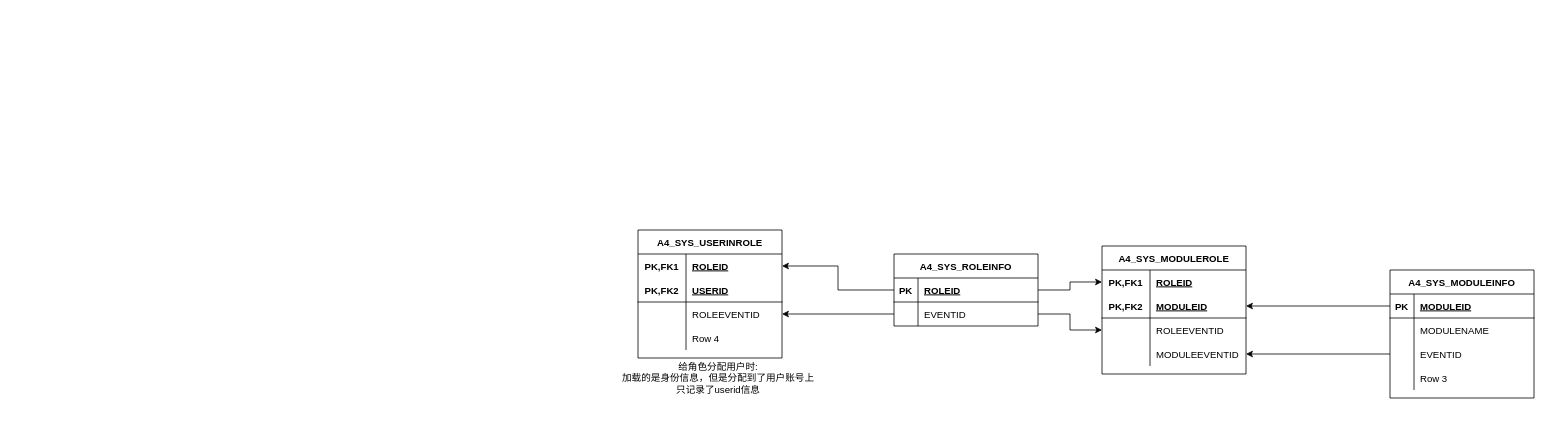
dsdTxx/DataStructAndAlgorithm keeps this draw.io diagram as Untitled Diagram.drawio. Above is the earlier version. Source tidied: cells renumbered, new cells numbered last; positions are measured from the earlier drawing's top-left corner, leaving out a move shared by most shapes. Both pictures are drawn from the tidied source at 80%, with x=0, y=0 at pixel (614, 230).
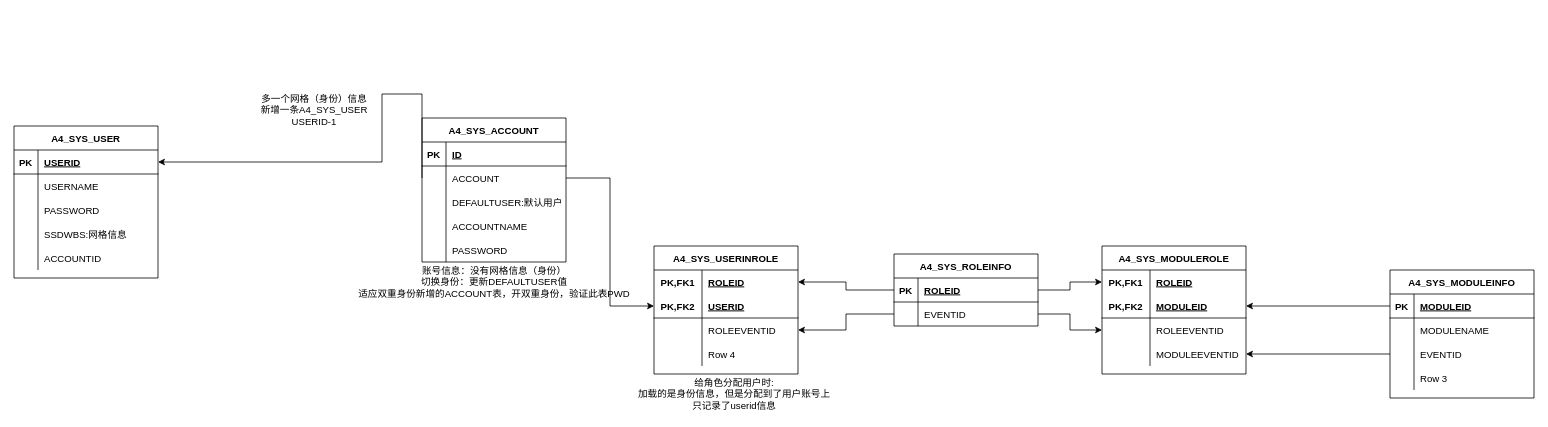
The same diagram, later.

Unchanged cells that the change refers to:
```xml
<mxCell id="3" style="shape=partialRectangle;fillColor=none;top=0;left=0;bottom=1;right=0;points=[[0,0.5],[1,0.5]];portConstraint=eastwest;" parent="2" vertex="1">
  <mxGeometry y="30" width="180" height="30" as="geometry" />
</mxCell>
<mxCell id="6" style="shape=partialRectangle;fillColor=none;top=0;left=0;bottom=0;right=0;points=[[0,0.5],[1,0.5]];portConstraint=eastwest;" parent="2" vertex="1">
  <mxGeometry y="60" width="180" height="30" as="geometry" />
</mxCell>
<mxCell id="10" style="shape=partialRectangle;fillColor=none;top=0;left=0;bottom=0;right=0;points=[[0,0.5],[1,0.5]];portConstraint=eastwest;" parent="9" vertex="1">
  <mxGeometry y="30" width="180" height="30" as="geometry" />
</mxCell>
<mxCell id="39" style="shape=partialRectangle;fillColor=none;top=0;left=0;bottom=0;right=0;points=[[0,0.5],[1,0.5]];portConstraint=eastwest;" parent="38" vertex="1">
  <mxGeometry y="30" width="180" height="30" as="geometry" />
</mxCell>
<mxCell id="42" style="shape=partialRectangle;fillColor=none;top=0;left=0;bottom=1;right=0;points=[[0,0.5],[1,0.5]];portConstraint=eastwest;" parent="38" vertex="1">
  <mxGeometry y="60" width="180" height="30" as="geometry" />
</mxCell>
<mxCell id="45" style="shape=partialRectangle;fillColor=none;top=0;left=0;bottom=0;right=0;points=[[0,0.5],[1,0.5]];portConstraint=eastwest;" parent="38" vertex="1">
  <mxGeometry y="90" width="180" height="30" as="geometry" />
</mxCell>
```

What changed in the source:
```diff
@@
+    <mxCell id="51" style="edgeStyle=orthogonalEdgeStyle;rounded=0;jettySize=auto;html=1;exitX=1;exitY=0.5;exitDx=0;exitDy=0;entryX=0;entryY=0.5;entryDx=0;entryDy=0;" parent="1" edge="1" source="3" target="10">
+      <mxGeometry relative="1" as="geometry" />
+    </mxCell>
+    <mxCell id="52" style="edgeStyle=orthogonalEdgeStyle;rounded=0;jettySize=auto;html=1;exitX=0;exitY=0.5;exitDx=0;exitDy=0;entryX=1;entryY=0.5;entryDx=0;entryDy=0;" parent="1" edge="1" source="3" target="39">
+      <mxGeometry relative="1" as="geometry" />
+    </mxCell>
+    <mxCell id="53" style="edgeStyle=orthogonalEdgeStyle;rounded=0;jettySize=auto;html=1;exitX=0;exitY=0.5;exitDx=0;exitDy=0;" parent="1" edge="1" source="6" target="45">
+      <mxGeometry relative="1" as="geometry" />
+    </mxCell>
+    <mxCell id="55" style="edgeStyle=orthogonalEdgeStyle;rounded=0;jettySize=auto;html=1;exitX=1;exitY=0.5;exitDx=0;exitDy=0;" parent="1" edge="1" source="78" target="42">
+      <mxGeometry relative="1" as="geometry" />
+    </mxCell>
+    <mxCell id="56" value="A4_SYS_USER" style="shape=table;startSize=30;childLayout=tableLayout;rowLines=0;fontStyle=1;align=center;" parent="1" vertex="1">
+      <mxGeometry x="-750" y="-130" width="180" height="190" as="geometry" />
+    </mxCell>
+    <mxCell id="57" style="shape=partialRectangle;fillColor=none;top=0;left=0;bottom=1;right=0;points=[[0,0.5],[1,0.5]];portConstraint=eastwest;" parent="56" vertex="1">
+      <mxGeometry y="30" width="180" height="30" as="geometry" />
+    </mxCell>
+    <mxCell id="58" value="PK" style="shape=partialRectangle;fillColor=none;top=0;left=0;bottom=0;right=0;fontStyle=1;overflow=hidden;" parent="57" vertex="1">
+      <mxGeometry width="30" height="30" as="geometry" />
+    </mxCell>
+    <mxCell id="59" value="USERID" style="shape=partialRectangle;fillColor=none;top=0;left=0;bottom=0;right=0;align=left;spacingLeft=6;fontStyle=5;overflow=hidden;" parent="57" vertex="1">
+      <mxGeometry x="30" width="150" height="30" as="geometry" />
+    </mxCell>
+    <mxCell id="60" style="shape=partialRectangle;fillColor=none;top=0;left=0;bottom=0;right=0;" parent="56" vertex="1">
+      <mxGeometry y="60" width="180" height="30" as="geometry" />
+    </mxCell>
+    <mxCell id="61" style="shape=partialRectangle;fillColor=none;top=0;left=0;bottom=0;right=0;overflow=hidden;" parent="60" vertex="1">
+      <mxGeometry width="30" height="30" as="geometry" />
+    </mxCell>
+    <mxCell id="62" value="USERNAME" style="shape=partialRectangle;fillColor=none;top=0;left=0;bottom=0;right=0;align=left;spacingLeft=6;overflow=hidden;" parent="60" vertex="1">
+      <mxGeometry x="30" width="150" height="30" as="geometry" />
+    </mxCell>
+    <mxCell id="63" style="shape=partialRectangle;fillColor=none;top=0;left=0;bottom=0;right=0;" parent="56" vertex="1">
+      <mxGeometry y="90" width="180" height="30" as="geometry" />
+    </mxCell>
+    <mxCell id="64" style="shape=partialRectangle;fillColor=none;top=0;left=0;bottom=0;right=0;overflow=hidden;" parent="63" vertex="1">
+      <mxGeometry width="30" height="30" as="geometry" />
+    </mxCell>
+    <mxCell id="65" value="PASSWORD" style="shape=partialRectangle;fillColor=none;top=0;left=0;bottom=0;right=0;align=left;spacingLeft=6;overflow=hidden;" parent="63" vertex="1">
+      <mxGeometry x="30" width="150" height="30" as="geometry" />
+    </mxCell>
+    <mxCell id="66" style="shape=partialRectangle;fillColor=none;top=0;left=0;bottom=0;right=0;" parent="56" vertex="1">
+      <mxGeometry y="120" width="180" height="30" as="geometry" />
+    </mxCell>
+    <mxCell id="67" style="shape=partialRectangle;fillColor=none;top=0;left=0;bottom=0;right=0;overflow=hidden;" parent="66" vertex="1">
+      <mxGeometry width="30" height="30" as="geometry" />
+    </mxCell>
+    <mxCell id="68" value="SSDWBS:网格信息" style="shape=partialRectangle;fillColor=none;top=0;left=0;bottom=0;right=0;align=left;spacingLeft=6;overflow=hidden;" parent="66" vertex="1">
+      <mxGeometry x="30" width="150" height="30" as="geometry" />
+    </mxCell>
+    <mxCell id="69" style="shape=partialRectangle;fillColor=none;top=0;left=0;bottom=0;right=0;" parent="56" vertex="1">
+      <mxGeometry y="150" width="180" height="30" as="geometry" />
+    </mxCell>
+    <mxCell id="70" style="shape=partialRectangle;fillColor=none;top=0;left=0;bottom=0;right=0;overflow=hidden;" parent="69" vertex="1">
+      <mxGeometry width="30" height="30" as="geometry" />
+    </mxCell>
+    <mxCell id="71" value="ACCOUNTID" style="shape=partialRectangle;fillColor=none;top=0;left=0;bottom=0;right=0;align=left;spacingLeft=6;overflow=hidden;" parent="69" vertex="1">
+      <mxGeometry x="30" width="150" height="30" as="geometry" />
+    </mxCell>
+    <mxCell id="72" style="group;" parent="1" vertex="1">
+      <mxGeometry x="20" y="20" width="260" height="210" as="geometry" />
+    </mxCell>
-    <mxCell id="38" value="A4_SYS_USERINROLE" style="shape=table;startSize=30;childLayout=tableLayout;rowLines=0;fontStyle=1;align=center;" parent="1" vertex="1">
+    <mxCell id="38" value="A4_SYS_USERINROLE" style="shape=table;startSize=30;childLayout=tableLayout;rowLines=0;fontStyle=1;align=center;" parent="72" vertex="1">
       <mxGeometry x="30" width="180" height="160" as="geometry" />
     </mxCell>
@@
-    <mxCell id="51" style="edgeStyle=orthogonalEdgeStyle;rounded=0;jettySize=auto;html=1;exitX=1;exitY=0.5;exitDx=0;exitDy=0;entryX=0;entryY=0.5;entryDx=0;entryDy=0;" parent="1" edge="1" source="3" target="10">
-      <mxGeometry relative="1" as="geometry" />
-    </mxCell>
-    <mxCell id="52" style="edgeStyle=orthogonalEdgeStyle;rounded=0;jettySize=auto;html=1;exitX=0;exitY=0.5;exitDx=0;exitDy=0;entryX=1;entryY=0.5;entryDx=0;entryDy=0;" parent="1" edge="1" source="3" target="39">
-      <mxGeometry relative="1" as="geometry" />
-    </mxCell>
-    <mxCell id="53" style="edgeStyle=orthogonalEdgeStyle;rounded=0;jettySize=auto;html=1;exitX=0;exitY=0.5;exitDx=0;exitDy=0;" parent="1" edge="1" source="6" target="45">
-      <mxGeometry relative="1" as="geometry" />
-    </mxCell>
-    <mxCell id="54" value="给角色分配用户时:&lt;br&gt;加载的是身份信息，但是分配到了用户账号上&lt;br&gt;只记录了userid信息&lt;br&gt;" style="text;html=1;align=center;verticalAlign=middle;fillColor=none;strokeColor=none;rounded=0;" parent="1" vertex="1">
+    <mxCell id="54" value="给角色分配用户时:&lt;br&gt;加载的是身份信息，但是分配到了用户账号上&lt;br&gt;只记录了userid信息&lt;br&gt;" style="text;html=1;align=center;verticalAlign=middle;fillColor=none;strokeColor=none;rounded=0;" parent="72" vertex="1">
       <mxGeometry y="160" width="260" height="50" as="geometry" />
     </mxCell>
+    <mxCell id="73" style="group;" parent="1" vertex="1">
+      <mxGeometry x="-250" y="-140" width="275" height="230" as="geometry" />
+    </mxCell>
+    <mxCell id="74" value="A4_SYS_ACCOUNT" style="shape=table;startSize=30;childLayout=tableLayout;rowLines=0;fontStyle=1;align=center;" parent="73" vertex="1">
+      <mxGeometry x="10" width="180" height="180" as="geometry" />
+    </mxCell>
+    <mxCell id="75" style="shape=partialRectangle;fillColor=none;top=0;left=0;bottom=1;right=0;" parent="74" vertex="1">
+      <mxGeometry y="30" width="180" height="30" as="geometry" />
+    </mxCell>
+    <mxCell id="76" value="PK" style="shape=partialRectangle;fillColor=none;top=0;left=0;bottom=0;right=0;fontStyle=1;overflow=hidden;" parent="75" vertex="1">
+      <mxGeometry width="30" height="30" as="geometry" />
+    </mxCell>
+    <mxCell id="77" value="ID" style="shape=partialRectangle;fillColor=none;top=0;left=0;bottom=0;right=0;align=left;spacingLeft=6;fontStyle=5;overflow=hidden;" parent="75" vertex="1">
+      <mxGeometry x="30" width="150" height="30" as="geometry" />
+    </mxCell>
+    <mxCell id="78" style="shape=partialRectangle;fillColor=none;top=0;left=0;bottom=0;right=0;points=[[0,0.5],[1,0.5]];portConstraint=eastwest;" parent="74" vertex="1">
+      <mxGeometry y="60" width="180" height="30" as="geometry" />
+    </mxCell>
+    <mxCell id="79" style="shape=partialRectangle;fillColor=none;top=0;left=0;bottom=0;right=0;overflow=hidden;" parent="78" vertex="1">
+      <mxGeometry width="30" height="30" as="geometry" />
+    </mxCell>
+    <mxCell id="80" value="ACCOUNT" style="shape=partialRectangle;fillColor=none;top=0;left=0;bottom=0;right=0;align=left;spacingLeft=6;overflow=hidden;" parent="78" vertex="1">
+      <mxGeometry x="30" width="150" height="30" as="geometry" />
+    </mxCell>
+    <mxCell id="81" style="shape=partialRectangle;fillColor=none;top=0;left=0;bottom=0;right=0;" parent="74" vertex="1">
+      <mxGeometry y="90" width="180" height="30" as="geometry" />
+    </mxCell>
+    <mxCell id="82" style="shape=partialRectangle;fillColor=none;top=0;left=0;bottom=0;right=0;overflow=hidden;" parent="81" vertex="1">
+      <mxGeometry width="30" height="30" as="geometry" />
+    </mxCell>
+    <mxCell id="83" value="DEFAULTUSER:默认用户" style="shape=partialRectangle;fillColor=none;top=0;left=0;bottom=0;right=0;align=left;spacingLeft=6;overflow=hidden;" parent="81" vertex="1">
+      <mxGeometry x="30" width="150" height="30" as="geometry" />
+    </mxCell>
+    <mxCell id="84" style="shape=partialRectangle;fillColor=none;top=0;left=0;bottom=0;right=0;" parent="74" vertex="1">
+      <mxGeometry y="120" width="180" height="30" as="geometry" />
+    </mxCell>
+    <mxCell id="85" style="shape=partialRectangle;fillColor=none;top=0;left=0;bottom=0;right=0;overflow=hidden;" parent="84" vertex="1">
+      <mxGeometry width="30" height="30" as="geometry" />
+    </mxCell>
+    <mxCell id="86" value="ACCOUNTNAME" style="shape=partialRectangle;fillColor=none;top=0;left=0;bottom=0;right=0;align=left;spacingLeft=6;overflow=hidden;" parent="84" vertex="1">
+      <mxGeometry x="30" width="150" height="30" as="geometry" />
+    </mxCell>
+    <mxCell id="87" style="shape=partialRectangle;fillColor=none;top=0;left=0;bottom=0;right=0;" parent="74" vertex="1">
+      <mxGeometry y="150" width="180" height="30" as="geometry" />
+    </mxCell>
+    <mxCell id="88" style="shape=partialRectangle;fillColor=none;top=0;left=0;bottom=0;right=0;overflow=hidden;" parent="87" vertex="1">
+      <mxGeometry width="30" height="30" as="geometry" />
+    </mxCell>
+    <mxCell id="89" value="PASSWORD" style="shape=partialRectangle;fillColor=none;top=0;left=0;bottom=0;right=0;align=left;spacingLeft=6;overflow=hidden;" parent="87" vertex="1">
+      <mxGeometry x="30" width="150" height="30" as="geometry" />
+    </mxCell>
+    <mxCell id="90" value="账号信息：没有网格信息（身份）&lt;br&gt;切换身份：更新DEFAULTUSER值&lt;br&gt;适应双重身份新增的ACCOUNT表，开双重身份，验证此表PWD&lt;br&gt;" style="text;html=1;align=center;verticalAlign=middle;fillColor=none;strokeColor=none;rounded=0;" parent="73" vertex="1">
+      <mxGeometry x="-75" y="180" width="350" height="50" as="geometry" />
+    </mxCell>
+    <mxCell id="91" style="group;" parent="1" vertex="1">
+      <mxGeometry x="-450" y="-270" width="160" height="270" as="geometry" />
+    </mxCell>
+    <mxCell id="92" style="edgeStyle=orthogonalEdgeStyle;rounded=0;jettySize=auto;html=1;exitX=0;exitY=0.5;exitDx=0;exitDy=0;entryX=1;entryY=0.5;entryDx=0;entryDy=0;" parent="91" edge="1" source="78" target="57">
+      <mxGeometry relative="1" as="geometry">
+        <Array as="points">
+          <mxPoint x="210" y="100" />
+          <mxPoint x="160" y="100" />
+          <mxPoint x="160" y="185" />
+        </Array>
+      </mxGeometry>
+    </mxCell>
+    <mxCell id="93" value="多一个网格（身份）信息&lt;br&gt;新增一条A4_SYS_USER&lt;br&gt;USERID-1" style="text;html=1;align=center;verticalAlign=middle;fillColor=none;strokeColor=none;rounded=0;" parent="91" vertex="1">
+      <mxGeometry y="95" width="150" height="50" as="geometry" />
+    </mxCell>
```
